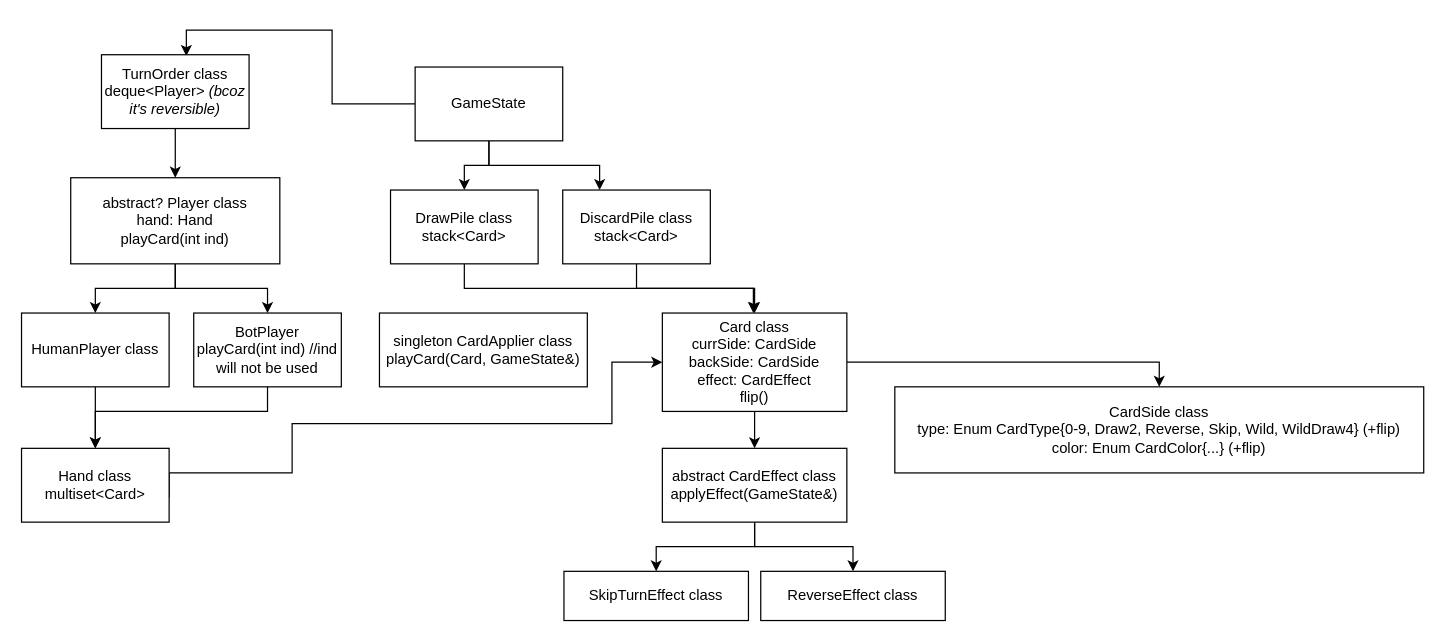
This is UnoDiagram.drawio from malikov-a-auca-2022/uno-diagram, a draw.io file, before an edit. Source tidied: cells renumbered, new cells numbered last; positions are measured from the earlier drawing's top-left corner, leaving out a move shared by most shapes. Both pictures are drawn from the tidied source at 123%, with x=0, y=0 at pixel (21, 54).
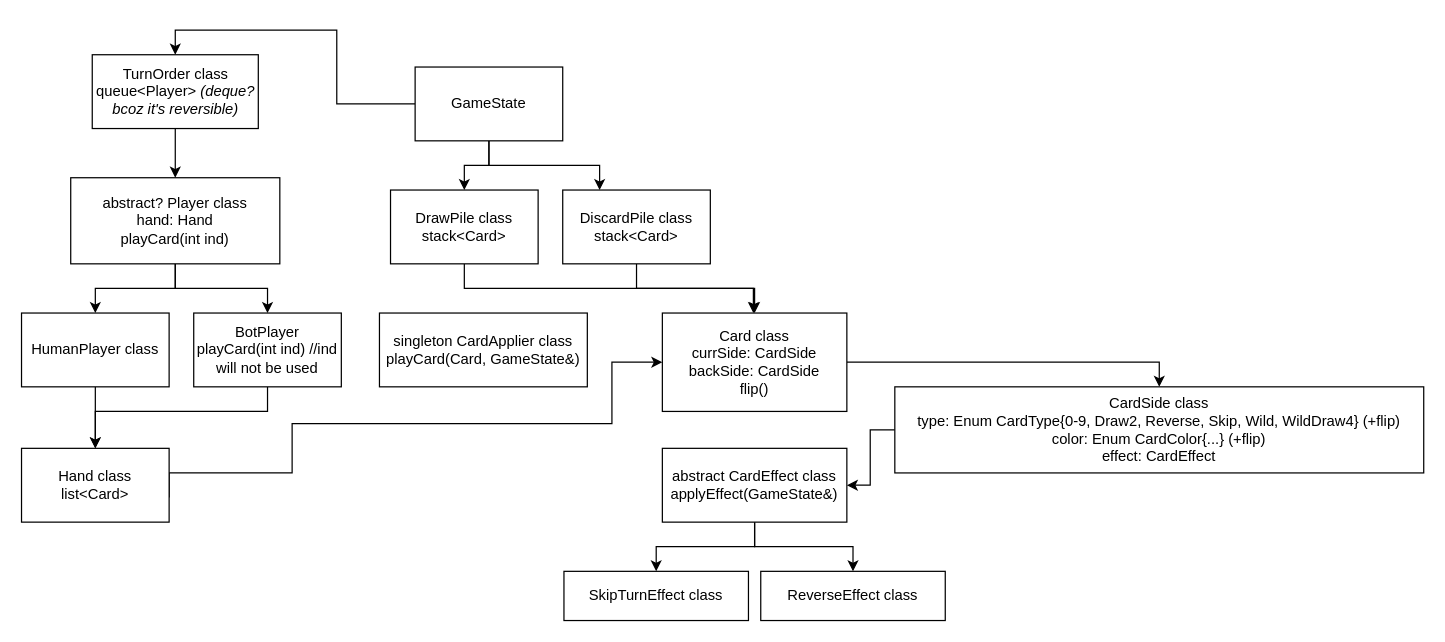
After the change.

Unchanged cells that the change refers to:
```xml
<mxCell id="5" value="GameState" style="rounded=0;whiteSpace=wrap;html=1;" parent="1" vertex="1">
  <mxGeometry x="320" y="10" width="120" height="60" as="geometry" />
</mxCell>
<mxCell id="25" value="&lt;div&gt;abstract CardEffect class&lt;/div&gt;applyEffect(GameState&amp;amp;)" style="rounded=0;whiteSpace=wrap;html=1;" parent="1" vertex="1">
  <mxGeometry x="521" y="320" width="150" height="60" as="geometry" />
</mxCell>
```

Diff of the diagram source:
```diff
@@
-    <mxCell id="2" style="edgeStyle=orthogonalEdgeStyle;rounded=0;jettySize=auto;html=1;entryX=0.575;entryY=0.017;entryDx=0;entryDy=0;entryPerimeter=0;" parent="1" edge="1" source="5" target="29">
+    <mxCell id="2" style="edgeStyle=orthogonalEdgeStyle;rounded=0;jettySize=auto;html=1;entryX=0.5;entryY=0;entryDx=0;entryDy=0;" parent="1" edge="1" source="5" target="29">
       <mxGeometry relative="1" as="geometry" />
     </mxCell>
@@
-    <mxCell id="12" style="edgeStyle=orthogonalEdgeStyle;rounded=0;jettySize=auto;html=1;" parent="1" edge="1" source="13" target="25">
-      <mxGeometry relative="1" as="geometry" />
-    </mxCell>
-    <mxCell id="13" value="&lt;div&gt;Card class&lt;/div&gt;&lt;div&gt;currSide: CardSide&lt;/div&gt;&lt;div&gt;backSide: CardSide&lt;/div&gt;&lt;div&gt;effect: CardEffect&lt;br&gt;&lt;/div&gt;&lt;div&gt;flip()&lt;br&gt;&lt;/div&gt;" style="rounded=0;whiteSpace=wrap;html=1;" parent="1" vertex="1">
+    <mxCell id="13" value="&lt;div&gt;Card class&lt;/div&gt;&lt;div&gt;currSide: CardSide&lt;/div&gt;&lt;div&gt;backSide: CardSide&lt;/div&gt;&lt;div&gt;flip()&lt;br&gt;&lt;/div&gt;" style="rounded=0;whiteSpace=wrap;html=1;" parent="1" vertex="1">
       <mxGeometry x="521" y="210" width="150" height="80" as="geometry" />
     </mxCell>
@@
-    <mxCell id="15" value="&lt;div&gt;Hand class&lt;br&gt;&lt;/div&gt;&lt;div&gt;multiset&amp;lt;Card&amp;gt;&lt;br&gt;&lt;/div&gt;" style="rounded=0;whiteSpace=wrap;html=1;" parent="1" vertex="1">
+    <mxCell id="15" value="&lt;div&gt;Hand class&lt;br&gt;&lt;/div&gt;&lt;div&gt;list&amp;lt;Card&amp;gt;&lt;br&gt;&lt;/div&gt;" style="rounded=0;whiteSpace=wrap;html=1;" parent="1" vertex="1">
       <mxGeometry y="320" width="120" height="60" as="geometry" />
     </mxCell>
@@
+    <mxCell id="31" style="edgeStyle=orthogonalEdgeStyle;rounded=0;jettySize=auto;html=1;" parent="1" edge="1" source="18" target="25">
+      <mxGeometry relative="1" as="geometry" />
+    </mxCell>
-    <mxCell id="18" value="&lt;div&gt;CardSide class&lt;/div&gt;&lt;div&gt;type: Enum CardType{0-9, Draw2, Reverse, Skip, Wild, WildDraw4} (+flip)&lt;br&gt;&lt;/div&gt;&lt;div&gt;color: Enum CardColor{...} (+flip)&lt;/div&gt;" style="rounded=0;whiteSpace=wrap;html=1;" parent="1" vertex="1">
+    <mxCell id="18" value="&lt;div&gt;CardSide class&lt;/div&gt;&lt;div&gt;type: Enum CardType{0-9, Draw2, Reverse, Skip, Wild, WildDraw4} (+flip)&lt;br&gt;&lt;/div&gt;&lt;div&gt;color: Enum CardColor{...} (+flip)&lt;/div&gt;&lt;div&gt;effect: CardEffect&lt;/div&gt;" style="rounded=0;whiteSpace=wrap;html=1;" parent="1" vertex="1">
       <mxGeometry x="710" y="270" width="430" height="70" as="geometry" />
     </mxCell>
@@
-    <mxCell id="29" value="&lt;div&gt;TurnOrder class&lt;br&gt;&lt;/div&gt;&lt;div&gt;deque&amp;lt;Player&amp;gt; &lt;i&gt;(bcoz it's reversible)&lt;/i&gt;&lt;br&gt;&lt;/div&gt;" style="rounded=0;whiteSpace=wrap;html=1;" parent="1" vertex="1">
-      <mxGeometry x="65" width="120" height="60" as="geometry" />
+    <mxCell id="29" value="&lt;div&gt;TurnOrder class&lt;br&gt;&lt;/div&gt;&lt;div&gt;queue&amp;lt;Player&amp;gt; &lt;i&gt;(deque? bcoz it's reversible)&lt;/i&gt;&lt;br&gt;&lt;/div&gt;" style="rounded=0;whiteSpace=wrap;html=1;" parent="1" vertex="1">
+      <mxGeometry x="57.5" width="135" height="60" as="geometry" />
     </mxCell>
```
